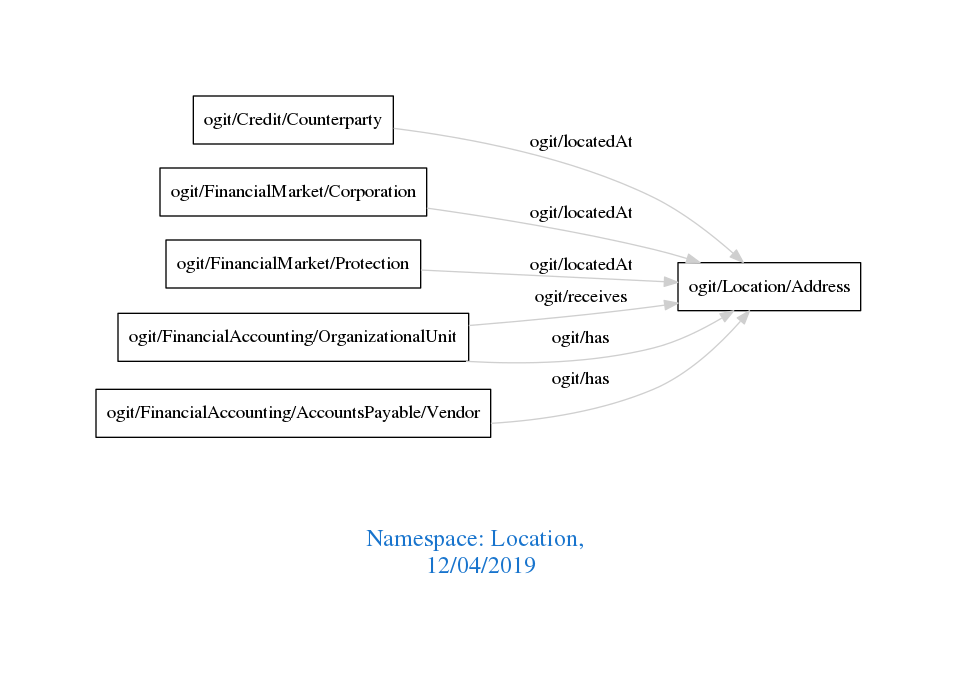
Earlier version of the Graphviz export downloads/Location.png (arago/OGIT). Its source is kept beside it as downloads/Location.dot.
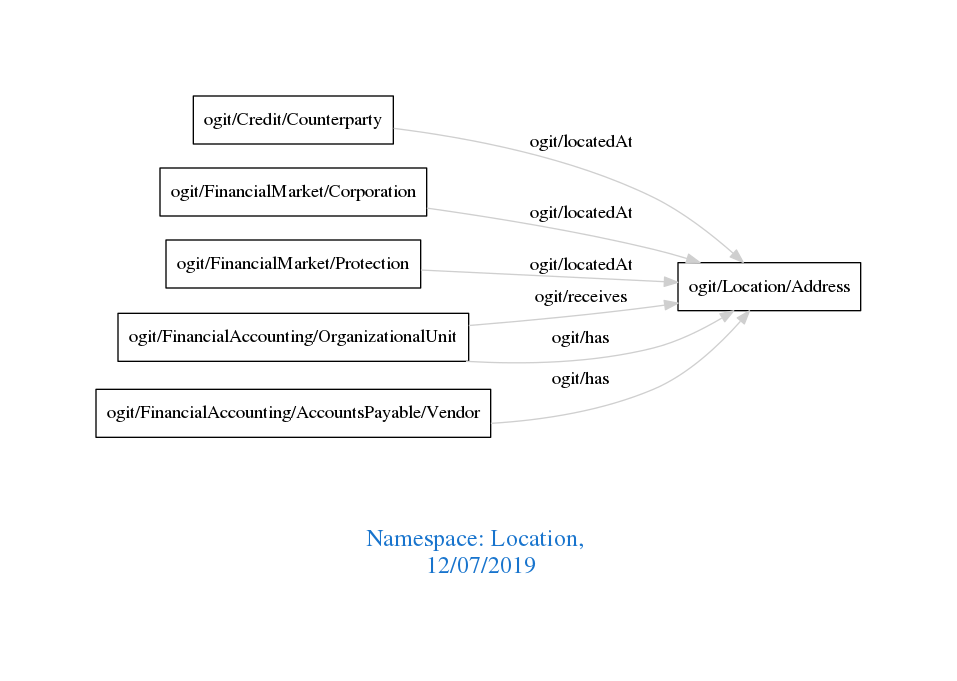
The same diagram one commit later.

What changed in the source:
```diff
@@ -1,7 +1,7 @@
 digraph OGIT_ontology {
  graph [ rankdir= LR,pad=1
 fontsize = 18,
-fontcolor= dodgerblue3,label = "\n\n\nNamespace: Location, \n 12/04/2019"];
+fontcolor= dodgerblue3,label = "\n\n\nNamespace: Location, \n 12/07/2019"];
 node[shape=polygon];
 edge [  color="gray81"];
 
```
